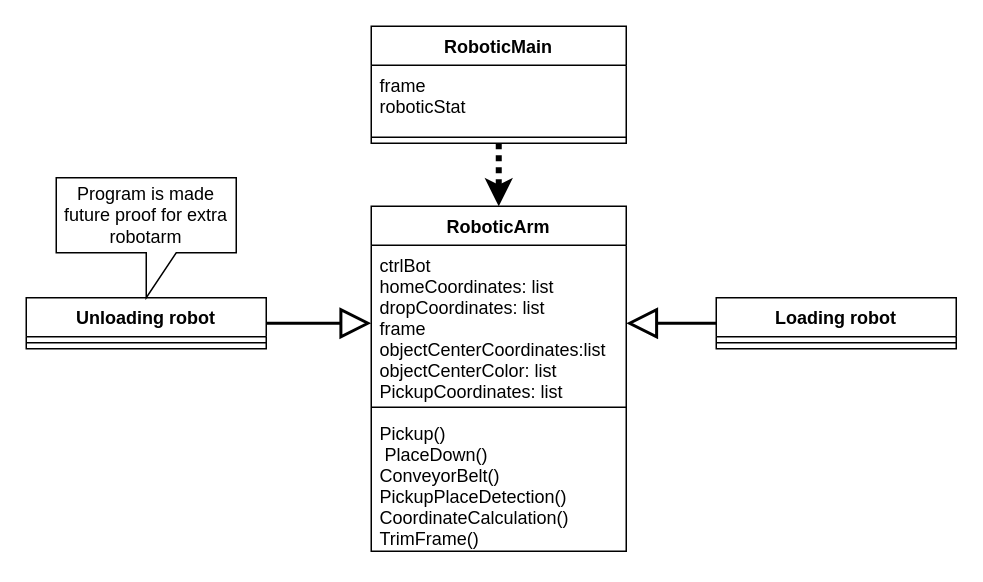
Before: Class diagram.drawio in WinnenVanB2IsBelangrijkerDanMeedoen/EndAssigmentMain-SDA3, a draw.io diagram. Source tidied: cells renumbered, new cells numbered last; positions are measured from the earlier drawing's top-left corner, leaving out a move shared by most shapes. Both pictures are drawn from the tidied source at 150%, with x=0, y=0 at pixel (26, 26).
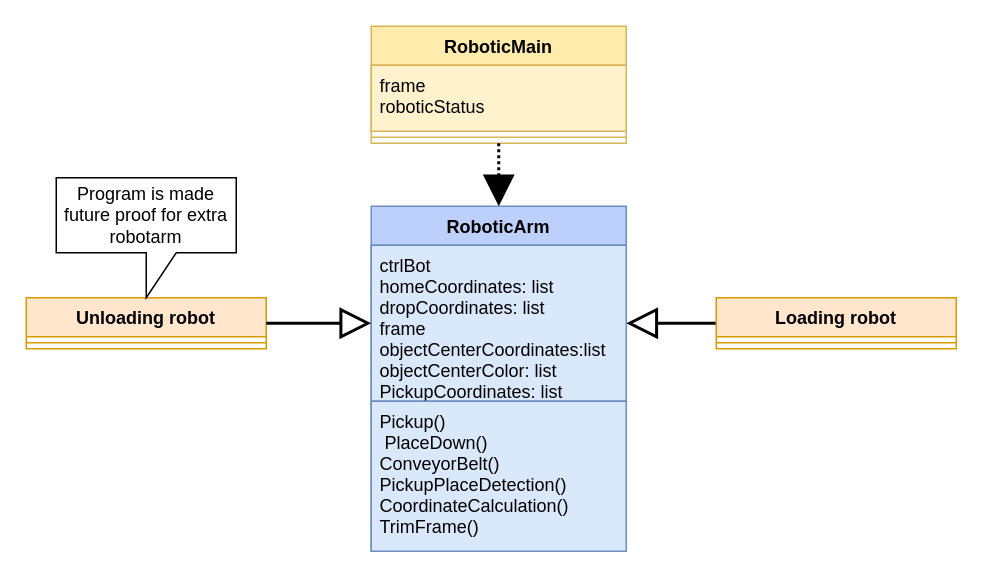
The same diagram, later.

Commit message:
Class diagram met kleurtjes

Diff of the diagram source:
```diff
@@
 <mxGraphModel>
   <root>
     <mxCell id="0" />
     <mxCell id="1" parent="0" />
-    <mxCell id="2" value="RoboticArm" style="swimlane;fontStyle=1;align=center;verticalAlign=top;horizontal=1;startSize=26;" parent="1" vertex="1">
+    <mxCell id="2" value="RoboticArm" style="swimlane;fontStyle=1;align=center;verticalAlign=top;horizontal=1;startSize=26;fillColor=#BDD0FC;strokeColor=#6c8ebf;" parent="1" vertex="1">
       <mxGeometry x="230" y="120" width="170" height="230" as="geometry" />
     </mxCell>
-    <mxCell id="3" value="ctrlBot&#10;homeCoordinates: list&#10;dropCoordinates: list&#10;frame&#10;objectCenterCoordinates:list&#10;objectCenterColor: list&#10;PickupCoordinates: list&#10;&#10;&#10;" style="text;strokeColor=none;fillColor=none;align=left;verticalAlign=top;spacingLeft=4;spacingRight=4;overflow=hidden;points=[[0,0.5],[1,0.5]];portConstraint=eastwest;" parent="2" vertex="1">
+    <mxCell id="3" value="ctrlBot&#10;homeCoordinates: list&#10;dropCoordinates: list&#10;frame&#10;objectCenterCoordinates:list&#10;objectCenterColor: list&#10;PickupCoordinates: list&#10;&#10;&#10;" style="text;strokeColor=#6c8ebf;fillColor=#dae8fc;align=left;verticalAlign=top;spacingLeft=4;spacingRight=4;overflow=hidden;points=[[0,0.5],[1,0.5]];portConstraint=eastwest;" parent="2" vertex="1">
       <mxGeometry y="26" width="170" height="104" as="geometry" />
     </mxCell>
-    <mxCell id="4" style="line;strokeWidth=1;fillColor=none;align=left;verticalAlign=middle;spacingTop=-1;spacingLeft=3;spacingRight=3;labelPosition=right;strokeColor=inherit;" parent="2" vertex="1">
-      <mxGeometry y="130" width="170" height="8" as="geometry" />
-    </mxCell>
-    <mxCell id="5" value="Pickup()&#10; PlaceDown()&#10;ConveyorBelt()&#10;PickupPlaceDetection()&#10;CoordinateCalculation()&#10;TrimFrame()&#10;" style="text;strokeColor=none;fillColor=none;align=left;verticalAlign=top;spacingLeft=4;spacingRight=4;overflow=hidden;" parent="2" vertex="1">
-      <mxGeometry y="138" width="170" height="92" as="geometry" />
+    <mxCell id="5" value="Pickup()&#10; PlaceDown()&#10;ConveyorBelt()&#10;PickupPlaceDetection()&#10;CoordinateCalculation()&#10;TrimFrame()&#10;" style="text;strokeColor=#6c8ebf;fillColor=#dae8fc;align=left;verticalAlign=top;spacingLeft=4;spacingRight=4;overflow=hidden;" parent="2" vertex="1">
+      <mxGeometry y="130" width="170" height="100" as="geometry" />
     </mxCell>
     <mxCell id="6" style="edgeStyle=orthogonalEdgeStyle;rounded=0;jettySize=auto;html=1;strokeWidth=2;endSize=16;startSize=16;endArrow=block;endFill=0;" parent="1" edge="1" source="7" target="3">
       <mxGeometry relative="1" as="geometry" />
     </mxCell>
-    <mxCell id="7" value="Loading robot" style="swimlane;fontStyle=1;align=center;verticalAlign=top;horizontal=1;startSize=26;flipH=1;" parent="1" vertex="1">
+    <mxCell id="7" value="Loading robot" style="swimlane;fontStyle=1;align=center;verticalAlign=top;horizontal=1;startSize=26;flipH=1;fillColor=#ffe6cc;strokeColor=#d79b00;" parent="1" vertex="1">
       <mxGeometry x="460" y="181" width="160" height="34" as="geometry" />
     </mxCell>
     <mxCell id="8" style="line;strokeWidth=1;fillColor=none;align=left;verticalAlign=middle;spacingTop=-1;spacingLeft=3;spacingRight=3;labelPosition=right;strokeColor=inherit;" parent="7" vertex="1">
       <mxGeometry y="26" width="160" height="8" as="geometry" />
     </mxCell>
     <mxCell id="9" style="edgeStyle=elbowEdgeStyle;rounded=0;orthogonalLoop=1;jettySize=auto;elbow=vertical;html=1;exitX=0.5;exitY=0;exitDx=0;exitDy=0;" parent="1" edge="1" source="7" target="7">
       <mxGeometry relative="1" as="geometry" />
     </mxCell>
-    <mxCell id="10" value="Unloading robot" style="swimlane;fontStyle=1;align=center;verticalAlign=top;horizontal=1;startSize=26;flipH=1;" parent="1" vertex="1">
+    <mxCell id="10" value="Unloading robot" style="swimlane;fontStyle=1;align=center;verticalAlign=top;horizontal=1;startSize=26;flipH=1;fillColor=#ffe6cc;strokeColor=#d79b00;" parent="1" vertex="1">
       <mxGeometry y="181" width="160" height="34" as="geometry" />
     </mxCell>
     <mxCell id="11" style="line;strokeWidth=1;fillColor=none;align=left;verticalAlign=middle;spacingTop=-1;spacingLeft=3;spacingRight=3;labelPosition=right;strokeColor=inherit;" parent="10" vertex="1">
       <mxGeometry y="26" width="160" height="8" as="geometry" />
     </mxCell>
     <mxCell id="12" value="Program is made future proof for extra robotarm" style="shape=callout;whiteSpace=wrap;html=1;perimeter=calloutPerimeter;" parent="1" vertex="1">
       <mxGeometry x="20" y="101" width="120" height="80" as="geometry" />
     </mxCell>
-    <mxCell id="13" value="RoboticMain" style="swimlane;fontStyle=1;align=center;verticalAlign=top;horizontal=1;startSize=26;" parent="1" vertex="1">
+    <mxCell id="13" value="RoboticMain" style="swimlane;fontStyle=1;align=center;verticalAlign=top;horizontal=1;startSize=26;fillColor=#FFECAD;strokeColor=#d6b656;" parent="1" vertex="1">
       <mxGeometry x="230" width="170" height="78" as="geometry" />
     </mxCell>
-    <mxCell id="14" value="frame&#10;roboticStat" style="text;strokeColor=none;fillColor=none;align=left;verticalAlign=top;spacingLeft=4;spacingRight=4;overflow=hidden;" parent="13" vertex="1">
+    <mxCell id="14" value="frame&#10;roboticStatus" style="text;strokeColor=#d6b656;fillColor=#fff2cc;align=left;verticalAlign=top;spacingLeft=4;spacingRight=4;overflow=hidden;" parent="13" vertex="1">
       <mxGeometry y="26" width="170" height="44" as="geometry" />
     </mxCell>
-    <mxCell id="15" style="line;strokeWidth=1;fillColor=none;align=left;verticalAlign=middle;spacingTop=-1;spacingLeft=3;spacingRight=3;labelPosition=right;strokeColor=inherit;" parent="13" vertex="1">
+    <mxCell id="15" style="line;strokeWidth=1;fillColor=#fff2cc;align=left;verticalAlign=middle;spacingTop=-1;spacingLeft=3;spacingRight=3;labelPosition=right;strokeColor=#d6b656;" parent="13" vertex="1">
       <mxGeometry y="70" width="170" height="8" as="geometry" />
     </mxCell>
-    <mxCell id="16" style="endArrow=classic;html=1;rounded=0;exitX=0.5;exitY=1;exitDx=0;exitDy=0;entryX=0.5;entryY=0;entryDx=0;entryDy=0;dashed=1;strokeWidth=4;dashPattern=1 1;" parent="1" edge="1" source="13" target="2">
+    <mxCell id="16" style="endArrow=block;html=1;rounded=0;exitX=0.5;exitY=1;exitDx=0;exitDy=0;entryX=0.5;entryY=0;entryDx=0;entryDy=0;strokeWidth=2;endSize=16;startSize=16;endFill=1;dashed=1;dashPattern=1 1;" parent="1" edge="1" source="13" target="2">
       <mxGeometry relative="1" as="geometry" />
     </mxCell>
     <mxCell id="17" style="endArrow=block;html=1;rounded=0;exitX=1;exitY=0.5;exitDx=0;exitDy=0;entryX=0;entryY=0.5;entryDx=0;entryDy=0;strokeWidth=2;endSize=16;startSize=16;endFill=0;" parent="1" edge="1" source="10" target="3">
       <mxGeometry relative="1" as="geometry" />
     </mxCell>
   </root>
 </mxGraphModel>
```
